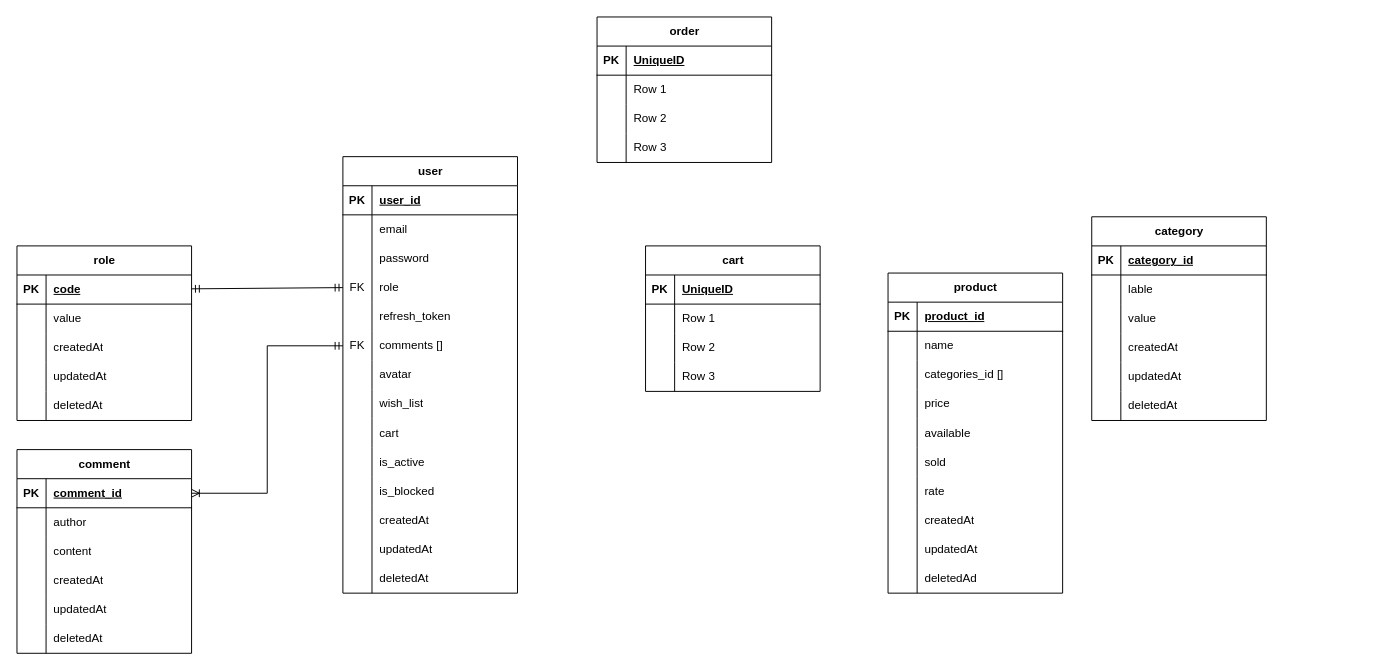
Earlier version of the draw.io diagram e-commerce.drawio (DuongThang0702/diagram). Source tidied: cells renumbered, new cells numbered last; positions are measured from the earlier drawing's top-left corner, leaving out a move shared by most shapes. Both pictures are drawn from the tidied source at 97%, with x=0, y=0 at pixel (16, 16).
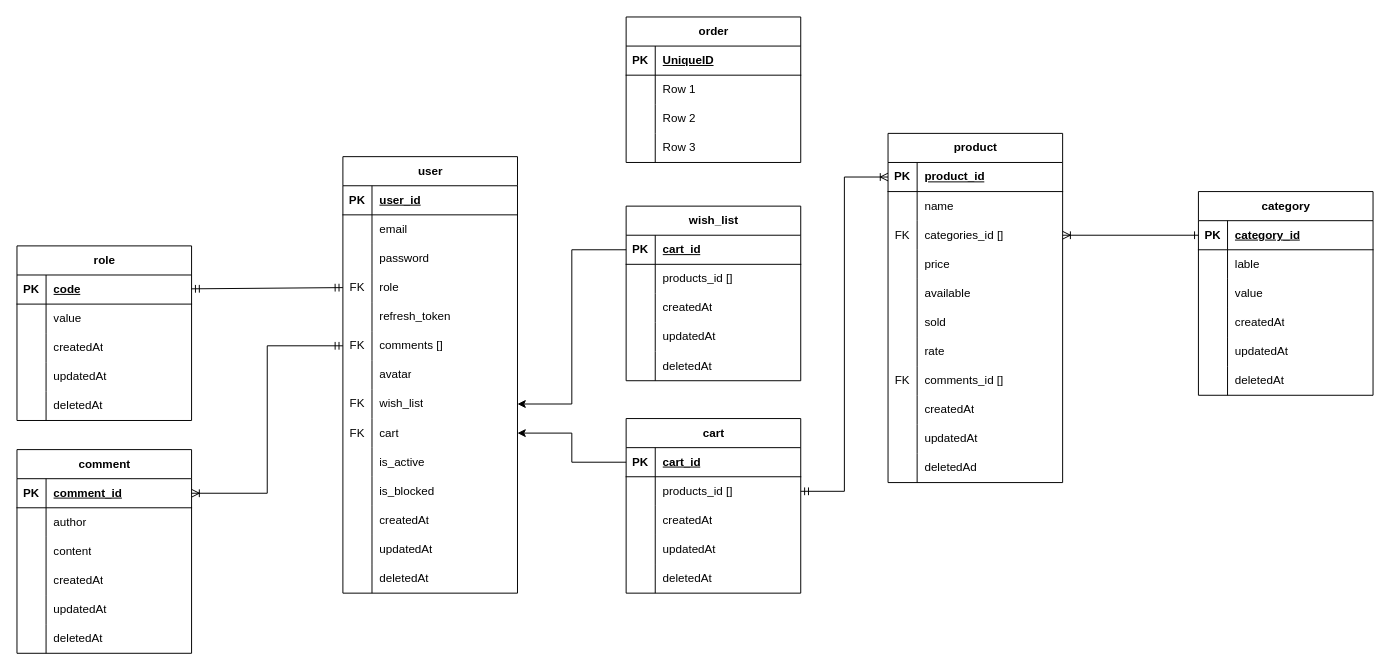
After the change.

The change refers to these unchanged cells:
```xml
<mxCell id="24" style="shape=tableRow;horizontal=0;startSize=0;swimlaneHead=0;swimlaneBody=0;fillColor=none;points=[[0,0.5],[1,0.5]];portConstraint=eastwest;top=0;left=0;right=0;bottom=0;" parent="2" vertex="1">
  <mxGeometry y="240" width="180" height="30" as="geometry" />
</mxCell>
<mxCell id="27" style="shape=tableRow;horizontal=0;startSize=0;swimlaneHead=0;swimlaneBody=0;fillColor=none;points=[[0,0.5],[1,0.5]];portConstraint=eastwest;top=0;left=0;right=0;bottom=0;" parent="2" vertex="1">
  <mxGeometry y="270" width="180" height="30" as="geometry" />
</mxCell>
<mxCell id="63" style="shape=tableRow;horizontal=0;startSize=0;swimlaneHead=0;swimlaneBody=0;fillColor=none;points=[[0,0.5],[1,0.5]];portConstraint=eastwest;top=0;left=0;right=0;bottom=1;" parent="62" vertex="1">
  <mxGeometry y="30" width="180" height="30" as="geometry" />
</mxCell>
<mxCell id="69" style="shape=tableRow;horizontal=0;startSize=0;swimlaneHead=0;swimlaneBody=0;fillColor=none;points=[[0,0.5],[1,0.5]];portConstraint=eastwest;top=0;left=0;right=0;bottom=0;" parent="62" vertex="1">
  <mxGeometry y="90" width="180" height="30" as="geometry" />
</mxCell>
<mxCell id="94" style="shape=tableRow;horizontal=0;startSize=0;swimlaneHead=0;swimlaneBody=0;fillColor=none;points=[[0,0.5],[1,0.5]];portConstraint=eastwest;top=0;left=0;right=0;bottom=1;" parent="93" vertex="1">
  <mxGeometry y="30" width="180" height="30" as="geometry" />
</mxCell>
<mxCell id="97" style="shape=tableRow;horizontal=0;startSize=0;swimlaneHead=0;swimlaneBody=0;fillColor=none;points=[[0,0.5],[1,0.5]];portConstraint=eastwest;top=0;left=0;right=0;bottom=0;" parent="93" vertex="1">
  <mxGeometry y="60" width="180" height="30" as="geometry" />
</mxCell>
<mxCell id="100" style="shape=tableRow;horizontal=0;startSize=0;swimlaneHead=0;swimlaneBody=0;fillColor=none;top=0;left=0;right=0;bottom=0;" parent="93" vertex="1">
  <mxGeometry y="90" width="180" height="30" as="geometry" />
</mxCell>
<mxCell id="103" style="shape=tableRow;horizontal=0;startSize=0;swimlaneHead=0;swimlaneBody=0;fillColor=none;top=0;left=0;right=0;bottom=0;" parent="93" vertex="1">
  <mxGeometry y="120" width="180" height="30" as="geometry" />
</mxCell>
<mxCell id="120" style="shape=tableRow;horizontal=0;startSize=0;swimlaneHead=0;swimlaneBody=0;fillColor=none;points=[[0,0.5],[1,0.5]];portConstraint=eastwest;top=0;left=0;right=0;bottom=1;" parent="119" vertex="1">
  <mxGeometry y="30" width="180" height="30" as="geometry" />
</mxCell>
```

Change to the diagram source:
```diff
@@
-    <mxCell id="25" style="shape=partialRectangle;fillColor=none;top=0;left=0;bottom=0;right=0;overflow=hidden;whiteSpace=wrap;html=1;" parent="24" vertex="1">
+    <mxCell id="25" value="FK" style="shape=partialRectangle;fillColor=none;top=0;left=0;bottom=0;right=0;overflow=hidden;whiteSpace=wrap;html=1;" parent="24" vertex="1">
       <mxGeometry width="30" height="30" as="geometry" />
     </mxCell>
@@
-    <mxCell id="28" style="shape=partialRectangle;fillColor=none;top=0;left=0;bottom=0;right=0;overflow=hidden;whiteSpace=wrap;html=1;" parent="27" vertex="1">
+    <mxCell id="28" value="FK" style="shape=partialRectangle;fillColor=none;top=0;left=0;bottom=0;right=0;overflow=hidden;whiteSpace=wrap;html=1;" parent="27" vertex="1">
       <mxGeometry width="30" height="30" as="geometry" />
     </mxCell>
@@
     <mxCell id="62" value="product" style="shape=table;startSize=30;childLayout=tableLayout;rowLines=0;fontStyle=1;align=center;html=1;" parent="1" vertex="1">
-      <mxGeometry x="898" y="264" width="180" height="330" as="geometry" />
+      <mxGeometry x="898" y="120" width="180" height="360" as="geometry" />
     </mxCell>
@@
-    <mxCell id="70" style="shape=partialRectangle;fillColor=none;top=0;left=0;bottom=0;right=0;overflow=hidden;whiteSpace=wrap;html=1;" parent="69" vertex="1">
+    <mxCell id="70" value="FK" style="shape=partialRectangle;fillColor=none;top=0;left=0;bottom=0;right=0;overflow=hidden;whiteSpace=wrap;html=1;" parent="69" vertex="1">
       <mxGeometry width="30" height="30" as="geometry" />
     </mxCell>
@@
+    <mxCell id="158" style="shape=tableRow;horizontal=0;startSize=0;swimlaneHead=0;swimlaneBody=0;fillColor=none;top=0;left=0;right=0;bottom=0;" parent="62" vertex="1">
+      <mxGeometry y="240" width="180" height="30" as="geometry" />
+    </mxCell>
+    <mxCell id="159" value="FK" style="shape=partialRectangle;fillColor=none;top=0;left=0;bottom=0;right=0;overflow=hidden;whiteSpace=wrap;html=1;" parent="158" vertex="1">
+      <mxGeometry width="30" height="30" as="geometry" />
+    </mxCell>
+    <mxCell id="160" value="comments_id []" style="shape=partialRectangle;fillColor=none;top=0;left=0;bottom=0;right=0;align=left;spacingLeft=6;overflow=hidden;whiteSpace=wrap;html=1;" parent="158" vertex="1">
+      <mxGeometry x="30" width="150" height="30" as="geometry" />
+    </mxCell>
     <mxCell id="84" style="shape=tableRow;horizontal=0;startSize=0;swimlaneHead=0;swimlaneBody=0;fillColor=none;top=0;left=0;right=0;bottom=0;" parent="62" vertex="1">
-      <mxGeometry y="240" width="180" height="30" as="geometry" />
+      <mxGeometry y="270" width="180" height="30" as="geometry" />
     </mxCell>
@@
     <mxCell id="87" style="shape=tableRow;horizontal=0;startSize=0;swimlaneHead=0;swimlaneBody=0;fillColor=none;top=0;left=0;right=0;bottom=0;" parent="62" vertex="1">
-      <mxGeometry y="270" width="180" height="30" as="geometry" />
+      <mxGeometry y="300" width="180" height="30" as="geometry" />
     </mxCell>
@@
     <mxCell id="90" style="shape=tableRow;horizontal=0;startSize=0;swimlaneHead=0;swimlaneBody=0;fillColor=none;top=0;left=0;right=0;bottom=0;" parent="62" vertex="1">
-      <mxGeometry y="300" width="180" height="30" as="geometry" />
+      <mxGeometry y="330" width="180" height="30" as="geometry" />
     </mxCell>
@@
     <mxCell id="93" value="cart" style="shape=table;startSize=30;childLayout=tableLayout;rowLines=0;fontStyle=1;align=center;html=1;" parent="1" vertex="1">
-      <mxGeometry x="648" y="236" width="180" height="150" as="geometry" />
+      <mxGeometry x="628" y="414" width="180" height="180" as="geometry" />
     </mxCell>
@@
-    <mxCell id="96" value="UniqueID" style="shape=partialRectangle;fillColor=none;top=0;left=0;bottom=0;right=0;align=left;spacingLeft=6;fontStyle=5;overflow=hidden;whiteSpace=wrap;html=1;" parent="94" vertex="1">
+    <mxCell id="96" value="cart_id" style="shape=partialRectangle;fillColor=none;top=0;left=0;bottom=0;right=0;align=left;spacingLeft=6;fontStyle=5;overflow=hidden;whiteSpace=wrap;html=1;" parent="94" vertex="1">
       <mxGeometry x="30" width="150" height="30" as="geometry" />
     </mxCell>
@@
-    <mxCell id="99" value="Row 1" style="shape=partialRectangle;fillColor=none;top=0;left=0;bottom=0;right=0;align=left;spacingLeft=6;overflow=hidden;whiteSpace=wrap;html=1;" parent="97" vertex="1">
+    <mxCell id="99" value="products_id []" style="shape=partialRectangle;fillColor=none;top=0;left=0;bottom=0;right=0;align=left;spacingLeft=6;overflow=hidden;whiteSpace=wrap;html=1;" parent="97" vertex="1">
       <mxGeometry x="30" width="150" height="30" as="geometry" />
     </mxCell>
@@
-    <mxCell id="102" value="Row 2" style="shape=partialRectangle;fillColor=none;top=0;left=0;bottom=0;right=0;align=left;spacingLeft=6;overflow=hidden;whiteSpace=wrap;html=1;" parent="100" vertex="1">
+    <mxCell id="102" value="createdAt" style="shape=partialRectangle;fillColor=none;top=0;left=0;bottom=0;right=0;align=left;spacingLeft=6;overflow=hidden;whiteSpace=wrap;html=1;" parent="100" vertex="1">
       <mxGeometry x="30" width="150" height="30" as="geometry" />
     </mxCell>
@@
-    <mxCell id="105" value="Row 3" style="shape=partialRectangle;fillColor=none;top=0;left=0;bottom=0;right=0;align=left;spacingLeft=6;overflow=hidden;whiteSpace=wrap;html=1;" parent="103" vertex="1">
+    <mxCell id="105" value="updatedAt" style="shape=partialRectangle;fillColor=none;top=0;left=0;bottom=0;right=0;align=left;spacingLeft=6;overflow=hidden;whiteSpace=wrap;html=1;" parent="103" vertex="1">
       <mxGeometry x="30" width="150" height="30" as="geometry" />
     </mxCell>
+    <mxCell id="161" style="shape=tableRow;horizontal=0;startSize=0;swimlaneHead=0;swimlaneBody=0;fillColor=none;top=0;left=0;right=0;bottom=0;" parent="93" vertex="1">
+      <mxGeometry y="150" width="180" height="30" as="geometry" />
+    </mxCell>
+    <mxCell id="162" style="shape=partialRectangle;fillColor=none;top=0;left=0;bottom=0;right=0;overflow=hidden;whiteSpace=wrap;html=1;" parent="161" vertex="1">
+      <mxGeometry width="30" height="30" as="geometry" />
+    </mxCell>
+    <mxCell id="163" value="deletedAt" style="shape=partialRectangle;fillColor=none;top=0;left=0;bottom=0;right=0;align=left;spacingLeft=6;overflow=hidden;whiteSpace=wrap;html=1;" parent="161" vertex="1">
+      <mxGeometry x="30" width="150" height="30" as="geometry" />
+    </mxCell>
     <mxCell id="106" value="order" style="shape=table;startSize=30;childLayout=tableLayout;rowLines=0;fontStyle=1;align=center;html=1;" parent="1" vertex="1">
-      <mxGeometry x="598" width="180" height="150" as="geometry" />
+      <mxGeometry x="628" width="180" height="150" as="geometry" />
     </mxCell>
@@
     <mxCell id="119" value="category" style="shape=table;startSize=30;childLayout=tableLayout;rowLines=0;fontStyle=1;align=center;html=1;" parent="1" vertex="1">
-      <mxGeometry x="1108" y="206" width="180" height="210" as="geometry" />
+      <mxGeometry x="1218" y="180" width="180" height="210" as="geometry" />
     </mxCell>
@@
+    <mxCell id="164" style="edgeStyle=orthogonalEdgeStyle;rounded=0;jettySize=auto;html=1;endArrow=ERone;endFill=0;startArrow=ERoneToMany;startFill=0;" parent="1" edge="1" source="69" target="120">
+      <mxGeometry relative="1" as="geometry" />
+    </mxCell>
+    <mxCell id="165" style="edgeStyle=orthogonalEdgeStyle;rounded=0;jettySize=auto;html=1;entryX=0;entryY=0.5;entryDx=0;entryDy=0;startArrow=ERmandOne;startFill=0;endArrow=ERoneToMany;endFill=0;" parent="1" edge="1" source="97" target="63">
+      <mxGeometry relative="1" as="geometry" />
+    </mxCell>
+    <mxCell id="166" value="wish_list" style="shape=table;startSize=30;childLayout=tableLayout;rowLines=0;fontStyle=1;align=center;html=1;" parent="1" vertex="1">
+      <mxGeometry x="628" y="195" width="180" height="180" as="geometry" />
+    </mxCell>
+    <mxCell id="167" style="shape=tableRow;horizontal=0;startSize=0;swimlaneHead=0;swimlaneBody=0;fillColor=none;points=[[0,0.5],[1,0.5]];portConstraint=eastwest;top=0;left=0;right=0;bottom=1;" parent="166" vertex="1">
+      <mxGeometry y="30" width="180" height="30" as="geometry" />
+    </mxCell>
+    <mxCell id="168" value="PK" style="shape=partialRectangle;fillColor=none;top=0;left=0;bottom=0;right=0;fontStyle=1;overflow=hidden;whiteSpace=wrap;html=1;" parent="167" vertex="1">
+      <mxGeometry width="30" height="30" as="geometry" />
+    </mxCell>
+    <mxCell id="169" value="cart_id" style="shape=partialRectangle;fillColor=none;top=0;left=0;bottom=0;right=0;align=left;spacingLeft=6;fontStyle=5;overflow=hidden;whiteSpace=wrap;html=1;" parent="167" vertex="1">
+      <mxGeometry x="30" width="150" height="30" as="geometry" />
+    </mxCell>
+    <mxCell id="170" style="shape=tableRow;horizontal=0;startSize=0;swimlaneHead=0;swimlaneBody=0;fillColor=none;top=0;left=0;right=0;bottom=0;" parent="166" vertex="1">
+      <mxGeometry y="60" width="180" height="30" as="geometry" />
+    </mxCell>
+    <mxCell id="171" style="shape=partialRectangle;fillColor=none;top=0;left=0;bottom=0;right=0;overflow=hidden;whiteSpace=wrap;html=1;" parent="170" vertex="1">
+      <mxGeometry width="30" height="30" as="geometry" />
+    </mxCell>
+    <mxCell id="172" value="products_id []" style="shape=partialRectangle;fillColor=none;top=0;left=0;bottom=0;right=0;align=left;spacingLeft=6;overflow=hidden;whiteSpace=wrap;html=1;" parent="170" vertex="1">
+      <mxGeometry x="30" width="150" height="30" as="geometry" />
+    </mxCell>
+    <mxCell id="173" style="shape=tableRow;horizontal=0;startSize=0;swimlaneHead=0;swimlaneBody=0;fillColor=none;top=0;left=0;right=0;bottom=0;" parent="166" vertex="1">
+      <mxGeometry y="90" width="180" height="30" as="geometry" />
+    </mxCell>
+    <mxCell id="174" style="shape=partialRectangle;fillColor=none;top=0;left=0;bottom=0;right=0;overflow=hidden;whiteSpace=wrap;html=1;" parent="173" vertex="1">
+      <mxGeometry width="30" height="30" as="geometry" />
+    </mxCell>
+    <mxCell id="175" value="createdAt" style="shape=partialRectangle;fillColor=none;top=0;left=0;bottom=0;right=0;align=left;spacingLeft=6;overflow=hidden;whiteSpace=wrap;html=1;" parent="173" vertex="1">
+      <mxGeometry x="30" width="150" height="30" as="geometry" />
+    </mxCell>
+    <mxCell id="176" style="shape=tableRow;horizontal=0;startSize=0;swimlaneHead=0;swimlaneBody=0;fillColor=none;top=0;left=0;right=0;bottom=0;" parent="166" vertex="1">
+      <mxGeometry y="120" width="180" height="30" as="geometry" />
+    </mxCell>
+    <mxCell id="177" style="shape=partialRectangle;fillColor=none;top=0;left=0;bottom=0;right=0;overflow=hidden;whiteSpace=wrap;html=1;" parent="176" vertex="1">
+      <mxGeometry width="30" height="30" as="geometry" />
+    </mxCell>
+    <mxCell id="178" value="updatedAt" style="shape=partialRectangle;fillColor=none;top=0;left=0;bottom=0;right=0;align=left;spacingLeft=6;overflow=hidden;whiteSpace=wrap;html=1;" parent="176" vertex="1">
+      <mxGeometry x="30" width="150" height="30" as="geometry" />
+    </mxCell>
+    <mxCell id="179" style="shape=tableRow;horizontal=0;startSize=0;swimlaneHead=0;swimlaneBody=0;fillColor=none;top=0;left=0;right=0;bottom=0;" parent="166" vertex="1">
+      <mxGeometry y="150" width="180" height="30" as="geometry" />
+    </mxCell>
+    <mxCell id="180" style="shape=partialRectangle;fillColor=none;top=0;left=0;bottom=0;right=0;overflow=hidden;whiteSpace=wrap;html=1;" parent="179" vertex="1">
+      <mxGeometry width="30" height="30" as="geometry" />
+    </mxCell>
+    <mxCell id="181" value="deletedAt" style="shape=partialRectangle;fillColor=none;top=0;left=0;bottom=0;right=0;align=left;spacingLeft=6;overflow=hidden;whiteSpace=wrap;html=1;" parent="179" vertex="1">
+      <mxGeometry x="30" width="150" height="30" as="geometry" />
+    </mxCell>
+    <mxCell id="182" style="edgeStyle=orthogonalEdgeStyle;rounded=0;jettySize=auto;html=1;exitX=0;exitY=0.5;exitDx=0;exitDy=0;" parent="1" edge="1" source="167" target="24">
+      <mxGeometry relative="1" as="geometry" />
+    </mxCell>
+    <mxCell id="183" style="edgeStyle=orthogonalEdgeStyle;rounded=0;jettySize=auto;html=1;exitX=0;exitY=0.5;exitDx=0;exitDy=0;" parent="1" edge="1" source="94" target="27">
+      <mxGeometry relative="1" as="geometry" />
+    </mxCell>
```
